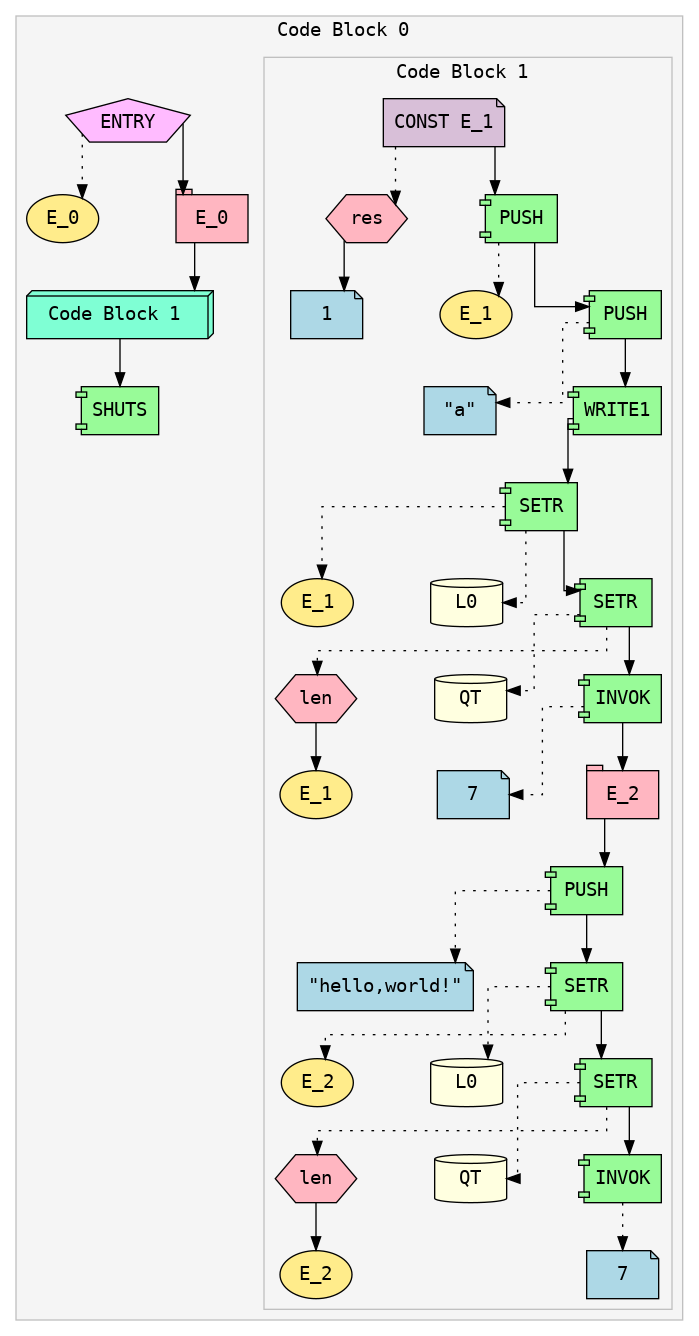
Soham-Metha/IICT_Segfault_2025 keeps this Graphviz diagram as ir.png. Above is the earlier version. Its source is kept beside it as ir.dot.
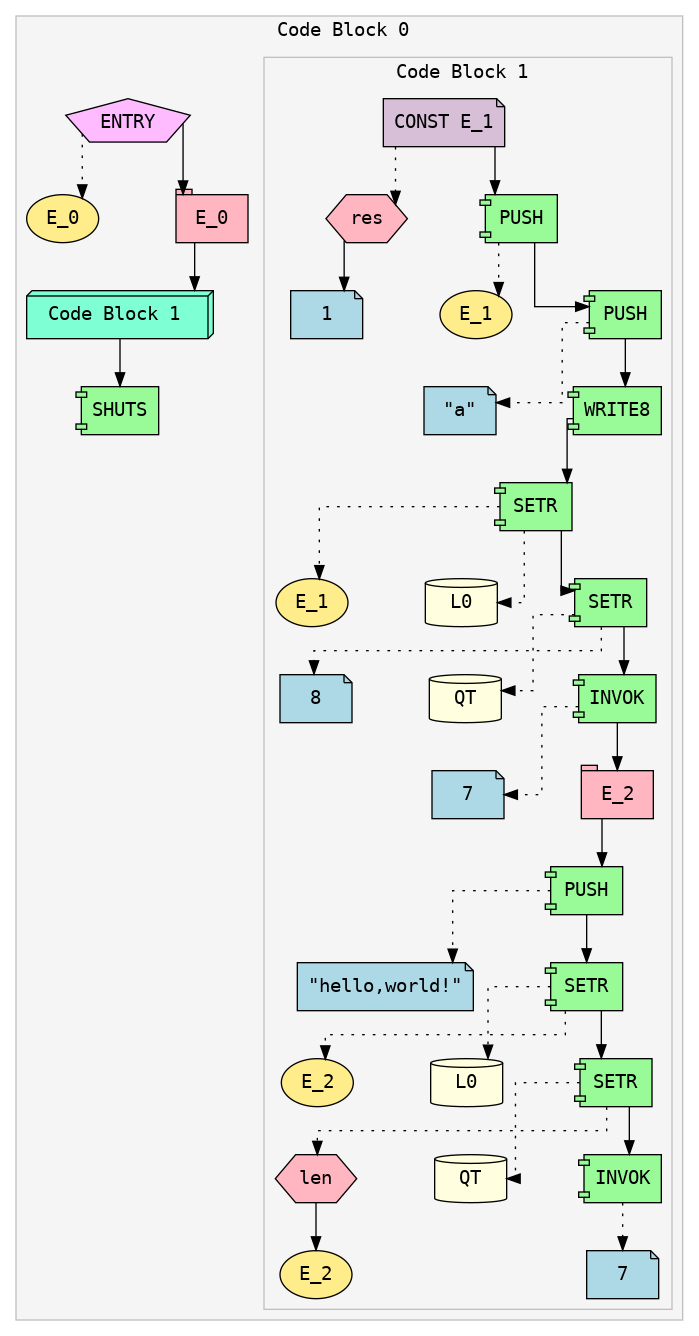
The same file after the commit.

What changed in the source:
```diff
@@ -32,7 +32,7 @@
 Expr_11 [shape=note style=filled fillcolor=lightblue fontname="Courier" label="\"a\""]
 Expr_10 -> Expr_11 [style=dotted]
 Expr_8 -> Expr_10;
-Expr_12 [shape=component style=filled fillcolor=palegreen fontname="Courier" label="WRITE1"]
+Expr_12 [shape=component style=filled fillcolor=palegreen fontname="Courier" label="WRITE8"]
 Expr_10 -> Expr_12;
 Expr_13 [shape=component style=filled fillcolor=palegreen fontname="Courier" label="SETR"]
 Expr_14 [shape=ellipse style=filled fillcolor=lightgoldenrod1 fontname="Courier" label="E_1"]
@@ -41,45 +41,43 @@
 Expr_13 -> Expr_15 [style=dotted]
 Expr_12 -> Expr_13;
 Expr_16 [shape=component style=filled fillcolor=palegreen fontname="Courier" label="SETR"]
-Expr_17 [shape=hexagon style=filled fillcolor=lightpink fontname="Courier" label="len"]
-Expr_18 [shape=ellipse style=filled fillcolor=lightgoldenrod1 fontname="Courier" label="E_1"]
-Expr_17 -> Expr_18
+Expr_17 [shape=note style=filled fillcolor=lightblue fontname="Courier" label="8"]
 Expr_16 -> Expr_17 [style=dotted]
-Expr_19 [shape=cylinder style=filled fillcolor=lightyellow fontname="Courier" label="QT"]
-Expr_16 -> Expr_19 [style=dotted]
+Expr_18 [shape=cylinder style=filled fillcolor=lightyellow fontname="Courier" label="QT"]
+Expr_16 -> Expr_18 [style=dotted]
 Expr_13 -> Expr_16;
-Expr_20 [shape=component style=filled fillcolor=palegreen fontname="Courier" label="INVOK"]
-Expr_21 [shape=note style=filled fillcolor=lightblue fontname="Courier" label="7"]
-Expr_20 -> Expr_21 [style=dotted]
-Expr_16 -> Expr_20;
-Expr_22 [shape=tab style=filled fillcolor=lightpink fontname="Courier" label="E_2"]
-Expr_20 -> Expr_22;
-Expr_23 [shape=component style=filled fillcolor=palegreen fontname="Courier" label="PUSH"]
-Expr_24 [shape=note style=filled fillcolor=lightblue fontname="Courier" label="\"hello,world!\""]
-Expr_23 -> Expr_24 [style=dotted]
-Expr_22 -> Expr_23;
-Expr_25 [shape=component style=filled fillcolor=palegreen fontname="Courier" label="SETR"]
-Expr_26 [shape=ellipse style=filled fillcolor=lightgoldenrod1 fontname="Courier" label="E_2"]
-Expr_25 -> Expr_26 [style=dotted]
-Expr_27 [shape=cylinder style=filled fillcolor=lightyellow fontname="Courier" label="L0"]
-Expr_25 -> Expr_27 [style=dotted]
-Expr_23 -> Expr_25;
-Expr_28 [shape=component style=filled fillcolor=palegreen fontname="Courier" label="SETR"]
-Expr_29 [shape=hexagon style=filled fillcolor=lightpink fontname="Courier" label="len"]
-Expr_30 [shape=ellipse style=filled fillcolor=lightgoldenrod1 fontname="Courier" label="E_2"]
-Expr_29 -> Expr_30
-Expr_28 -> Expr_29 [style=dotted]
-Expr_31 [shape=cylinder style=filled fillcolor=lightyellow fontname="Courier" label="QT"]
-Expr_28 -> Expr_31 [style=dotted]
-Expr_25 -> Expr_28;
-Expr_32 [shape=component style=filled fillcolor=palegreen fontname="Courier" label="INVOK"]
-Expr_33 [shape=note style=filled fillcolor=lightblue fontname="Courier" label="7"]
-Expr_32 -> Expr_33 [style=dotted]
-Expr_28 -> Expr_32;
+Expr_19 [shape=component style=filled fillcolor=palegreen fontname="Courier" label="INVOK"]
+Expr_20 [shape=note style=filled fillcolor=lightblue fontname="Courier" label="7"]
+Expr_19 -> Expr_20 [style=dotted]
+Expr_16 -> Expr_19;
+Expr_21 [shape=tab style=filled fillcolor=lightpink fontname="Courier" label="E_2"]
+Expr_19 -> Expr_21;
+Expr_22 [shape=component style=filled fillcolor=palegreen fontname="Courier" label="PUSH"]
+Expr_23 [shape=note style=filled fillcolor=lightblue fontname="Courier" label="\"hello,world!\""]
+Expr_22 -> Expr_23 [style=dotted]
+Expr_21 -> Expr_22;
+Expr_24 [shape=component style=filled fillcolor=palegreen fontname="Courier" label="SETR"]
+Expr_25 [shape=ellipse style=filled fillcolor=lightgoldenrod1 fontname="Courier" label="E_2"]
+Expr_24 -> Expr_25 [style=dotted]
+Expr_26 [shape=cylinder style=filled fillcolor=lightyellow fontname="Courier" label="L0"]
+Expr_24 -> Expr_26 [style=dotted]
+Expr_22 -> Expr_24;
+Expr_27 [shape=component style=filled fillcolor=palegreen fontname="Courier" label="SETR"]
+Expr_28 [shape=hexagon style=filled fillcolor=lightpink fontname="Courier" label="len"]
+Expr_29 [shape=ellipse style=filled fillcolor=lightgoldenrod1 fontname="Courier" label="E_2"]
+Expr_28 -> Expr_29
+Expr_27 -> Expr_28 [style=dotted]
+Expr_30 [shape=cylinder style=filled fillcolor=lightyellow fontname="Courier" label="QT"]
+Expr_27 -> Expr_30 [style=dotted]
+Expr_24 -> Expr_27;
+Expr_31 [shape=component style=filled fillcolor=palegreen fontname="Courier" label="INVOK"]
+Expr_32 [shape=note style=filled fillcolor=lightblue fontname="Courier" label="7"]
+Expr_31 -> Expr_32 [style=dotted]
+Expr_27 -> Expr_31;
 }
 Expr_4 [shape=box3d style=filled fillcolor=aquamarine fontname="Courier" label=" Code Block 1  "]
 Expr_3 -> Expr_4;
-Expr_34 [shape=component style=filled fillcolor=palegreen fontname="Courier" label="SHUTS"]
-Expr_4 -> Expr_34;
+Expr_33 [shape=component style=filled fillcolor=palegreen fontname="Courier" label="SHUTS"]
+Expr_4 -> Expr_33;
 }
 }
```
